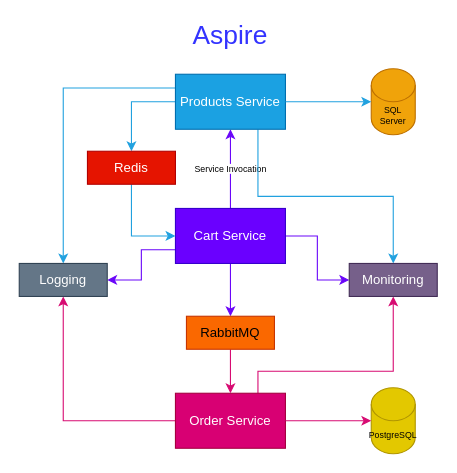
Above: assets/Aspire.drawio in spicycoder/AspireRecipes (draw.io), before the change. Source tidied: cells renumbered, new cells numbered last; positions are measured from the earlier drawing's top-left corner, leaving out a move shared by most shapes. Both pictures are drawn from the tidied source at 110%, with x=0, y=0 at pixel (19, 19).
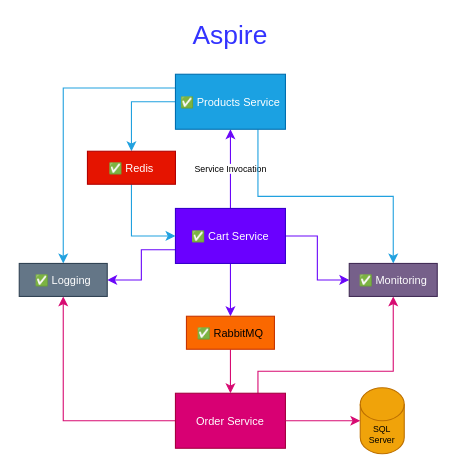
After the change.

What changed in the source:
```diff
@@
-    <mxCell id="6" value="Cart Service" style="rounded=0;whiteSpace=wrap;html=1;fillColor=#6a00ff;fontColor=#ffffff;strokeColor=#3700CC;" parent="1" vertex="1">
+    <mxCell id="6" value="✅ Cart Service" style="rounded=0;whiteSpace=wrap;html=1;fillColor=#6a00ff;fontColor=#ffffff;strokeColor=#3700CC;fontSize=10;" parent="1" vertex="1">
       <mxGeometry x="142" y="172" width="100" height="50" as="geometry" />
     </mxCell>
@@
-    <mxCell id="10" value="Products Service" style="rounded=0;whiteSpace=wrap;html=1;fillColor=#1ba1e2;fontColor=#ffffff;strokeColor=#006EAF;" parent="1" vertex="1">
+    <mxCell id="10" value="✅ Products Service" style="rounded=0;whiteSpace=wrap;html=1;fillColor=#1ba1e2;fontColor=#ffffff;strokeColor=#006EAF;fontSize=10;" parent="1" vertex="1">
       <mxGeometry x="142" y="50" width="100" height="50" as="geometry" />
     </mxCell>
@@
-    <mxCell id="13" value="Order Service" style="rounded=0;whiteSpace=wrap;html=1;fillColor=#d80073;fontColor=#ffffff;strokeColor=#A50040;" parent="1" vertex="1">
+    <mxCell id="13" value="Order Service" style="rounded=0;whiteSpace=wrap;html=1;fillColor=#d80073;fontColor=#ffffff;strokeColor=#A50040;fontSize=10;" parent="1" vertex="1">
       <mxGeometry x="142" y="340" width="100" height="50" as="geometry" />
     </mxCell>
@@
-    <mxCell id="15" value="RabbitMQ" style="rounded=0;whiteSpace=wrap;html=1;fillColor=#fa6800;fontColor=#000000;strokeColor=#C73500;" parent="1" vertex="1">
+    <mxCell id="15" value="✅ RabbitMQ" style="rounded=0;whiteSpace=wrap;html=1;fillColor=#fa6800;fontColor=#000000;strokeColor=#C73500;fontSize=10;" parent="1" vertex="1">
       <mxGeometry x="152" y="270" width="80" height="30" as="geometry" />
     </mxCell>
@@
-    <mxCell id="17" value="Redis" style="rounded=0;whiteSpace=wrap;html=1;fillColor=#e51400;fontColor=#ffffff;strokeColor=#B20000;" parent="1" vertex="1">
+    <mxCell id="17" value="✅ Redis" style="rounded=0;whiteSpace=wrap;html=1;fillColor=#e51400;fontColor=#ffffff;strokeColor=#B20000;fontSize=10;" parent="1" vertex="1">
       <mxGeometry x="62" y="120" width="80" height="30" as="geometry" />
     </mxCell>
     <mxCell id="18" value="SQL Server" style="shape=cylinder3;whiteSpace=wrap;html=1;boundedLbl=1;backgroundOutline=1;size=15;fontSize=8;fillColor=#f0a30a;fontColor=#000000;strokeColor=#BD7000;" parent="1" vertex="1">
-      <mxGeometry x="320" y="45" width="40" height="60" as="geometry" />
+      <mxGeometry x="310" y="335" width="40" height="60" as="geometry" />
     </mxCell>
-    <mxCell id="19" value="PostgreSQL" style="shape=cylinder3;whiteSpace=wrap;html=1;boundedLbl=1;backgroundOutline=1;size=15;fontSize=8;fillColor=#e3c800;fontColor=#000000;strokeColor=#B09500;" parent="1" vertex="1">
-      <mxGeometry x="320" y="335" width="40" height="60" as="geometry" />
-    </mxCell>
-    <mxCell id="20" style="edgeStyle=orthogonalEdgeStyle;rounded=0;jettySize=auto;html=1;entryX=0;entryY=0.5;entryDx=0;entryDy=0;entryPerimeter=0;strokeColor=#21a1df;" parent="1" edge="1" source="10" target="18">
-      <mxGeometry relative="1" as="geometry" />
-    </mxCell>
-    <mxCell id="21" style="edgeStyle=orthogonalEdgeStyle;rounded=0;jettySize=auto;html=1;entryX=0;entryY=0.5;entryDx=0;entryDy=0;entryPerimeter=0;strokeColor=#d70b72;" parent="1" edge="1" source="13" target="19">
+    <mxCell id="21" style="edgeStyle=orthogonalEdgeStyle;rounded=0;jettySize=auto;html=1;strokeColor=#d70b72;entryX=0;entryY=0.5;entryDx=0;entryDy=0;entryPerimeter=0;" parent="1" edge="1" source="13" target="18">
       <mxGeometry relative="1" as="geometry" />
     </mxCell>
@@
-    <mxCell id="23" value="Monitoring" style="rounded=0;whiteSpace=wrap;html=1;fillColor=#76608a;fontColor=#ffffff;strokeColor=#432D57;" parent="1" vertex="1">
+    <mxCell id="23" value="✅ Monitoring" style="rounded=0;whiteSpace=wrap;html=1;fillColor=#76608a;fontColor=#ffffff;strokeColor=#432D57;fontSize=10;" parent="1" vertex="1">
       <mxGeometry x="300" y="222" width="80" height="30" as="geometry" />
     </mxCell>
-    <mxCell id="24" value="Logging" style="rounded=0;whiteSpace=wrap;html=1;fillColor=#647687;fontColor=#ffffff;strokeColor=#314354;" parent="1" vertex="1">
+    <mxCell id="24" value="✅ Logging" style="rounded=0;whiteSpace=wrap;html=1;fillColor=#647687;fontColor=#ffffff;strokeColor=#314354;fontSize=10;" parent="1" vertex="1">
       <mxGeometry y="222" width="80" height="30" as="geometry" />
     </mxCell>
```
